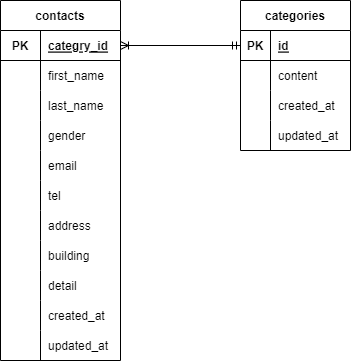
This is src/.drawio.png from yoshikiakazawa/Test_ContactForm, a draw.io export, as it was before one commit. Source tidied: cells renumbered, new cells last; positions are measured from the earlier drawing's top-left corner, leaving out a move shared by most shapes. Its diagram source:
```xml
<mxGraphModel>
  <root>
    <mxCell id="0" />
    <mxCell id="1" parent="0" />
    <mxCell id="2" value="contacts" style="shape=table;startSize=30;rowLines=0;fontStyle=1;align=center;" parent="1" vertex="1">
      <mxGeometry width="120" height="360" as="geometry" />
    </mxCell>
    <mxCell id="3" style="shape=tableRow;horizontal=0;startSize=0;swimlaneHead=0;swimlaneBody=0;fillColor=none;points=[[0,0.5],[1,0.5]];portConstraint=eastwest;top=0;left=0;right=0;bottom=1;" parent="2" vertex="1">
      <mxGeometry y="30" width="120" height="30" as="geometry" />
    </mxCell>
    <mxCell id="4" value="PK" style="shape=partialRectangle;fillColor=none;top=0;left=0;bottom=0;right=0;fontStyle=1;overflow=hidden;" parent="3" vertex="1">
      <mxGeometry width="40" height="30" as="geometry" />
    </mxCell>
    <mxCell id="5" value="categry_id" style="shape=partialRectangle;fillColor=none;top=0;left=0;bottom=0;right=0;align=left;spacingLeft=6;fontStyle=5;overflow=hidden;" parent="3" vertex="1">
      <mxGeometry x="40" width="80" height="30" as="geometry" />
    </mxCell>
    <mxCell id="6" style="shape=tableRow;horizontal=0;startSize=0;swimlaneHead=0;swimlaneBody=0;fillColor=none;top=0;left=0;right=0;bottom=0;" parent="2" vertex="1">
      <mxGeometry y="60" width="120" height="30" as="geometry" />
    </mxCell>
    <mxCell id="7" style="shape=partialRectangle;fillColor=none;top=0;left=0;bottom=0;right=0;overflow=hidden;" parent="6" vertex="1">
      <mxGeometry width="40" height="30" as="geometry" />
    </mxCell>
    <mxCell id="8" value="first_name" style="shape=partialRectangle;fillColor=none;top=0;left=0;bottom=0;right=0;align=left;spacingLeft=6;overflow=hidden;" parent="6" vertex="1">
      <mxGeometry x="40" width="80" height="30" as="geometry" />
    </mxCell>
    <mxCell id="9" style="shape=tableRow;horizontal=0;startSize=0;swimlaneHead=0;swimlaneBody=0;fillColor=none;top=0;left=0;right=0;bottom=0;" parent="2" vertex="1">
      <mxGeometry y="90" width="120" height="30" as="geometry" />
    </mxCell>
    <mxCell id="10" style="shape=partialRectangle;fillColor=none;top=0;left=0;bottom=0;right=0;overflow=hidden;" parent="9" vertex="1">
      <mxGeometry width="40" height="30" as="geometry" />
    </mxCell>
    <mxCell id="11" value="last_name" style="shape=partialRectangle;fillColor=none;top=0;left=0;bottom=0;right=0;align=left;spacingLeft=6;overflow=hidden;" parent="9" vertex="1">
      <mxGeometry x="40" width="80" height="30" as="geometry" />
    </mxCell>
    <mxCell id="12" style="shape=tableRow;horizontal=0;startSize=0;swimlaneHead=0;swimlaneBody=0;fillColor=none;top=0;left=0;right=0;bottom=0;" parent="2" vertex="1">
      <mxGeometry y="120" width="120" height="30" as="geometry" />
    </mxCell>
    <mxCell id="13" style="shape=partialRectangle;fillColor=none;top=0;left=0;bottom=0;right=0;overflow=hidden;" parent="12" vertex="1">
      <mxGeometry width="40" height="30" as="geometry" />
    </mxCell>
    <mxCell id="14" value="gender" style="shape=partialRectangle;fillColor=none;top=0;left=0;bottom=0;right=0;align=left;spacingLeft=6;overflow=hidden;" parent="12" vertex="1">
      <mxGeometry x="40" width="80" height="30" as="geometry" />
    </mxCell>
    <mxCell id="15" style="shape=tableRow;horizontal=0;startSize=0;swimlaneHead=0;swimlaneBody=0;fillColor=none;top=0;left=0;right=0;bottom=0;" parent="2" vertex="1">
      <mxGeometry y="150" width="120" height="30" as="geometry" />
    </mxCell>
    <mxCell id="16" style="shape=partialRectangle;fillColor=none;top=0;left=0;bottom=0;right=0;overflow=hidden;" parent="15" vertex="1">
      <mxGeometry width="40" height="30" as="geometry" />
    </mxCell>
    <mxCell id="17" value="email" style="shape=partialRectangle;fillColor=none;top=0;left=0;bottom=0;right=0;align=left;spacingLeft=6;overflow=hidden;" parent="15" vertex="1">
      <mxGeometry x="40" width="80" height="30" as="geometry" />
    </mxCell>
    <mxCell id="18" style="shape=tableRow;horizontal=0;startSize=0;swimlaneHead=0;swimlaneBody=0;fillColor=none;top=0;left=0;right=0;bottom=0;" parent="2" vertex="1">
      <mxGeometry y="180" width="120" height="30" as="geometry" />
    </mxCell>
    <mxCell id="19" style="shape=partialRectangle;fillColor=none;top=0;left=0;bottom=0;right=0;overflow=hidden;" parent="18" vertex="1">
      <mxGeometry width="40" height="30" as="geometry" />
    </mxCell>
    <mxCell id="20" value="tel" style="shape=partialRectangle;fillColor=none;top=0;left=0;bottom=0;right=0;align=left;spacingLeft=6;overflow=hidden;" parent="18" vertex="1">
      <mxGeometry x="40" width="80" height="30" as="geometry" />
    </mxCell>
    <mxCell id="21" style="shape=tableRow;horizontal=0;startSize=0;swimlaneHead=0;swimlaneBody=0;fillColor=none;top=0;left=0;right=0;bottom=0;" parent="2" vertex="1">
      <mxGeometry y="210" width="120" height="30" as="geometry" />
    </mxCell>
    <mxCell id="22" style="shape=partialRectangle;fillColor=none;top=0;left=0;bottom=0;right=0;overflow=hidden;" parent="21" vertex="1">
      <mxGeometry width="40" height="30" as="geometry" />
    </mxCell>
    <mxCell id="23" value="address" style="shape=partialRectangle;fillColor=none;top=0;left=0;bottom=0;right=0;align=left;spacingLeft=6;overflow=hidden;" parent="21" vertex="1">
      <mxGeometry x="40" width="80" height="30" as="geometry" />
    </mxCell>
    <mxCell id="24" style="shape=tableRow;horizontal=0;startSize=0;swimlaneHead=0;swimlaneBody=0;fillColor=none;top=0;left=0;right=0;bottom=0;" parent="2" vertex="1">
      <mxGeometry y="240" width="120" height="30" as="geometry" />
    </mxCell>
    <mxCell id="25" style="shape=partialRectangle;fillColor=none;top=0;left=0;bottom=0;right=0;overflow=hidden;" parent="24" vertex="1">
      <mxGeometry width="40" height="30" as="geometry" />
    </mxCell>
    <mxCell id="26" value="building" style="shape=partialRectangle;fillColor=none;top=0;left=0;bottom=0;right=0;align=left;spacingLeft=6;overflow=hidden;" parent="24" vertex="1">
      <mxGeometry x="40" width="80" height="30" as="geometry" />
    </mxCell>
    <mxCell id="27" style="shape=tableRow;horizontal=0;startSize=0;swimlaneHead=0;swimlaneBody=0;fillColor=none;top=0;left=0;right=0;bottom=0;" parent="2" vertex="1">
      <mxGeometry y="270" width="120" height="30" as="geometry" />
    </mxCell>
    <mxCell id="28" style="shape=partialRectangle;fillColor=none;top=0;left=0;bottom=0;right=0;overflow=hidden;" parent="27" vertex="1">
      <mxGeometry width="40" height="30" as="geometry" />
    </mxCell>
    <mxCell id="29" value="detail" style="shape=partialRectangle;fillColor=none;top=0;left=0;bottom=0;right=0;align=left;spacingLeft=6;overflow=hidden;" parent="27" vertex="1">
      <mxGeometry x="40" width="80" height="30" as="geometry" />
    </mxCell>
    <mxCell id="30" style="shape=tableRow;horizontal=0;startSize=0;swimlaneHead=0;swimlaneBody=0;fillColor=none;top=0;left=0;right=0;bottom=0;" parent="2" vertex="1">
      <mxGeometry y="300" width="120" height="30" as="geometry" />
    </mxCell>
    <mxCell id="31" style="shape=partialRectangle;fillColor=none;top=0;left=0;bottom=0;right=0;overflow=hidden;" parent="30" vertex="1">
      <mxGeometry width="40" height="30" as="geometry" />
    </mxCell>
    <mxCell id="32" value="created_at" style="shape=partialRectangle;fillColor=none;top=0;left=0;bottom=0;right=0;align=left;spacingLeft=6;overflow=hidden;" parent="30" vertex="1">
      <mxGeometry x="40" width="80" height="30" as="geometry" />
    </mxCell>
    <mxCell id="33" style="shape=tableRow;horizontal=0;startSize=0;swimlaneHead=0;swimlaneBody=0;fillColor=none;top=0;left=0;right=0;bottom=0;" parent="2" vertex="1">
      <mxGeometry y="330" width="120" height="30" as="geometry" />
    </mxCell>
    <mxCell id="34" style="shape=partialRectangle;fillColor=none;top=0;left=0;bottom=0;right=0;overflow=hidden;" parent="33" vertex="1">
      <mxGeometry width="40" height="30" as="geometry" />
    </mxCell>
    <mxCell id="35" value="updated_at" style="shape=partialRectangle;fillColor=none;top=0;left=0;bottom=0;right=0;align=left;spacingLeft=6;overflow=hidden;" parent="33" vertex="1">
      <mxGeometry x="40" width="80" height="30" as="geometry" />
    </mxCell>
    <mxCell id="36" value="categories" style="shape=table;startSize=30;rowLines=0;fontStyle=1;align=center;" parent="1" vertex="1">
      <mxGeometry x="240" width="110" height="150" as="geometry" />
    </mxCell>
    <mxCell id="37" style="shape=tableRow;horizontal=0;startSize=0;swimlaneHead=0;swimlaneBody=0;fillColor=none;points=[[0,0.5],[1,0.5]];portConstraint=eastwest;top=0;left=0;right=0;bottom=1;" parent="36" vertex="1">
      <mxGeometry y="30" width="110" height="30" as="geometry" />
    </mxCell>
    <mxCell id="38" value="PK" style="shape=partialRectangle;fillColor=none;top=0;left=0;bottom=0;right=0;fontStyle=1;overflow=hidden;" parent="37" vertex="1">
      <mxGeometry width="30" height="30" as="geometry" />
    </mxCell>
    <mxCell id="39" value="id" style="shape=partialRectangle;fillColor=none;top=0;left=0;bottom=0;right=0;align=left;spacingLeft=6;fontStyle=5;overflow=hidden;" parent="37" vertex="1">
      <mxGeometry x="30" width="80" height="30" as="geometry" />
    </mxCell>
    <mxCell id="40" style="shape=tableRow;horizontal=0;startSize=0;swimlaneHead=0;swimlaneBody=0;fillColor=none;top=0;left=0;right=0;bottom=0;" parent="36" vertex="1">
      <mxGeometry y="60" width="110" height="30" as="geometry" />
    </mxCell>
    <mxCell id="41" style="shape=partialRectangle;fillColor=none;top=0;left=0;bottom=0;right=0;overflow=hidden;" parent="40" vertex="1">
      <mxGeometry width="30" height="30" as="geometry" />
    </mxCell>
    <mxCell id="42" value="content" style="shape=partialRectangle;fillColor=none;top=0;left=0;bottom=0;right=0;align=left;spacingLeft=6;overflow=hidden;" parent="40" vertex="1">
      <mxGeometry x="30" width="80" height="30" as="geometry" />
    </mxCell>
    <mxCell id="43" style="shape=tableRow;horizontal=0;startSize=0;swimlaneHead=0;swimlaneBody=0;fillColor=none;top=0;left=0;right=0;bottom=0;" parent="36" vertex="1">
      <mxGeometry y="90" width="110" height="30" as="geometry" />
    </mxCell>
    <mxCell id="44" style="shape=partialRectangle;fillColor=none;top=0;left=0;bottom=0;right=0;overflow=hidden;" parent="43" vertex="1">
      <mxGeometry width="30" height="30" as="geometry" />
    </mxCell>
    <mxCell id="45" value="created_at" style="shape=partialRectangle;fillColor=none;top=0;left=0;bottom=0;right=0;align=left;spacingLeft=6;overflow=hidden;" parent="43" vertex="1">
      <mxGeometry x="30" width="80" height="30" as="geometry" />
    </mxCell>
    <mxCell id="46" style="shape=tableRow;horizontal=0;startSize=0;swimlaneHead=0;swimlaneBody=0;fillColor=none;top=0;left=0;right=0;bottom=0;" parent="36" vertex="1">
      <mxGeometry y="120" width="110" height="30" as="geometry" />
    </mxCell>
    <mxCell id="47" style="shape=partialRectangle;fillColor=none;top=0;left=0;bottom=0;right=0;overflow=hidden;" parent="46" vertex="1">
      <mxGeometry width="30" height="30" as="geometry" />
    </mxCell>
    <mxCell id="48" value="updated_at" style="shape=partialRectangle;fillColor=none;top=0;left=0;bottom=0;right=0;align=left;spacingLeft=6;overflow=hidden;" parent="46" vertex="1">
      <mxGeometry x="30" width="80" height="30" as="geometry" />
    </mxCell>
    <mxCell id="49" style="edgeStyle=none;html=1;entryX=1;entryY=0.5;entryDx=0;entryDy=0;endArrow=ERoneToMany;endFill=0;exitX=0;exitY=0.5;exitDx=0;exitDy=0;startArrow=ERmandOne;startFill=0;" parent="1" edge="1" source="37" target="3">
      <mxGeometry relative="1" as="geometry" />
    </mxCell>
  </root>
</mxGraphModel>
```
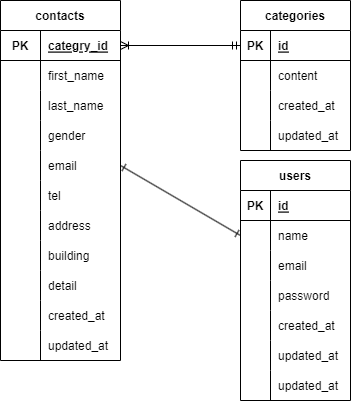
Later version of the same file.

Change to the diagram source:
```diff
@@ -143,8 +143,81 @@
     <mxCell id="48" value="updated_at" style="shape=partialRectangle;fillColor=none;top=0;left=0;bottom=0;right=0;align=left;spacingLeft=6;overflow=hidden;" parent="46" vertex="1">
       <mxGeometry x="30" width="80" height="30" as="geometry" />
     </mxCell>
-    <mxCell id="49" style="edgeStyle=none;html=1;entryX=1;entryY=0.5;entryDx=0;entryDy=0;endArrow=ERoneToMany;endFill=0;exitX=0;exitY=0.5;exitDx=0;exitDy=0;startArrow=ERmandOne;startFill=0;" parent="1" edge="1" source="37" target="3">
-      <mxGeometry relative="1" as="geometry" />
+    <mxCell id="49" style="edgeStyle=none;html=1;entryX=1;entryY=0.5;entryDx=0;entryDy=0;endArrow=ERoneToMany;endFill=0;startArrow=ERmandOne;startFill=0;" parent="1" edge="1" target="3">
+      <mxGeometry relative="1" as="geometry">
+        <mxPoint x="240" y="45" as="sourcePoint" />
+      </mxGeometry>
     </mxCell>
+    <mxCell id="50" value="users" style="shape=table;startSize=30;rowLines=0;fontStyle=1;align=center;" parent="1" vertex="1">
+      <mxGeometry x="240" y="160" width="110" height="240" as="geometry" />
+    </mxCell>
+    <mxCell id="51" style="shape=tableRow;horizontal=0;startSize=0;swimlaneHead=0;swimlaneBody=0;fillColor=none;top=0;left=0;right=0;bottom=1;" parent="50" vertex="1">
+      <mxGeometry y="30" width="110" height="30" as="geometry" />
+    </mxCell>
+    <mxCell id="52" value="PK" style="shape=partialRectangle;fillColor=none;top=0;left=0;bottom=0;right=0;fontStyle=1;overflow=hidden;" parent="51" vertex="1">
+      <mxGeometry width="30" height="30" as="geometry" />
+    </mxCell>
+    <mxCell id="53" value="id" style="shape=partialRectangle;fillColor=none;top=0;left=0;bottom=0;right=0;align=left;spacingLeft=6;fontStyle=5;overflow=hidden;" parent="51" vertex="1">
+      <mxGeometry x="30" width="80" height="30" as="geometry" />
+    </mxCell>
+    <mxCell id="54" style="shape=tableRow;horizontal=0;startSize=0;swimlaneHead=0;swimlaneBody=0;fillColor=none;points=[[0,0.5],[1,0.5]];portConstraint=eastwest;top=0;left=0;right=0;bottom=0;" parent="50" vertex="1">
+      <mxGeometry y="60" width="110" height="30" as="geometry" />
+    </mxCell>
+    <mxCell id="55" style="shape=partialRectangle;fillColor=none;top=0;left=0;bottom=0;right=0;overflow=hidden;" parent="54" vertex="1">
+      <mxGeometry width="30" height="30" as="geometry" />
+    </mxCell>
+    <mxCell id="56" value="name" style="shape=partialRectangle;fillColor=none;top=0;left=0;bottom=0;right=0;align=left;spacingLeft=6;overflow=hidden;" parent="54" vertex="1">
+      <mxGeometry x="30" width="80" height="30" as="geometry" />
+    </mxCell>
+    <mxCell id="57" style="shape=tableRow;horizontal=0;startSize=0;swimlaneHead=0;swimlaneBody=0;fillColor=none;top=0;left=0;right=0;bottom=0;" parent="50" vertex="1">
+      <mxGeometry y="90" width="110" height="30" as="geometry" />
+    </mxCell>
+    <mxCell id="58" style="shape=partialRectangle;fillColor=none;top=0;left=0;bottom=0;right=0;overflow=hidden;" parent="57" vertex="1">
+      <mxGeometry width="30" height="30" as="geometry" />
+    </mxCell>
+    <mxCell id="59" value="email" style="shape=partialRectangle;fillColor=none;top=0;left=0;bottom=0;right=0;align=left;spacingLeft=6;overflow=hidden;" parent="57" vertex="1">
+      <mxGeometry x="30" width="80" height="30" as="geometry" />
+    </mxCell>
+    <mxCell id="60" style="shape=tableRow;horizontal=0;startSize=0;swimlaneHead=0;swimlaneBody=0;fillColor=none;top=0;left=0;right=0;bottom=0;" parent="50" vertex="1">
+      <mxGeometry y="120" width="110" height="30" as="geometry" />
+    </mxCell>
+    <mxCell id="61" style="shape=partialRectangle;fillColor=none;top=0;left=0;bottom=0;right=0;overflow=hidden;" parent="60" vertex="1">
+      <mxGeometry width="30" height="30" as="geometry" />
+    </mxCell>
+    <mxCell id="62" value="password" style="shape=partialRectangle;fillColor=none;top=0;left=0;bottom=0;right=0;align=left;spacingLeft=6;overflow=hidden;" parent="60" vertex="1">
+      <mxGeometry x="30" width="80" height="30" as="geometry" />
+    </mxCell>
+    <mxCell id="63" style="shape=tableRow;horizontal=0;startSize=0;swimlaneHead=0;swimlaneBody=0;fillColor=none;top=0;left=0;right=0;bottom=0;" parent="50" vertex="1">
+      <mxGeometry y="150" width="110" height="30" as="geometry" />
+    </mxCell>
+    <mxCell id="64" style="shape=partialRectangle;fillColor=none;top=0;left=0;bottom=0;right=0;overflow=hidden;" parent="63" vertex="1">
+      <mxGeometry width="30" height="30" as="geometry" />
+    </mxCell>
+    <mxCell id="65" value="created_at" style="shape=partialRectangle;fillColor=none;top=0;left=0;bottom=0;right=0;align=left;spacingLeft=6;overflow=hidden;" parent="63" vertex="1">
+      <mxGeometry x="30" width="80" height="30" as="geometry" />
+    </mxCell>
+    <mxCell id="66" style="shape=tableRow;horizontal=0;startSize=0;swimlaneHead=0;swimlaneBody=0;fillColor=none;top=0;left=0;right=0;bottom=0;" parent="50" vertex="1">
+      <mxGeometry y="180" width="110" height="30" as="geometry" />
+    </mxCell>
+    <mxCell id="67" style="shape=partialRectangle;fillColor=none;top=0;left=0;bottom=0;right=0;overflow=hidden;" parent="66" vertex="1">
+      <mxGeometry width="30" height="30" as="geometry" />
+    </mxCell>
+    <mxCell id="68" value="updated_at" style="shape=partialRectangle;fillColor=none;top=0;left=0;bottom=0;right=0;align=left;spacingLeft=6;overflow=hidden;" parent="66" vertex="1">
+      <mxGeometry x="30" width="80" height="30" as="geometry" />
+    </mxCell>
+    <mxCell id="69" style="shape=tableRow;horizontal=0;startSize=0;swimlaneHead=0;swimlaneBody=0;fillColor=none;top=0;left=0;right=0;bottom=0;" parent="50" vertex="1">
+      <mxGeometry y="210" width="110" height="30" as="geometry" />
+    </mxCell>
+    <mxCell id="70" style="shape=partialRectangle;fillColor=none;top=0;left=0;bottom=0;right=0;overflow=hidden;" parent="69" vertex="1">
+      <mxGeometry width="30" height="30" as="geometry" />
+    </mxCell>
+    <mxCell id="71" value="updated_at" style="shape=partialRectangle;fillColor=none;top=0;left=0;bottom=0;right=0;align=left;spacingLeft=6;overflow=hidden;" parent="69" vertex="1">
+      <mxGeometry x="30" width="80" height="30" as="geometry" />
+    </mxCell>
+    <mxCell id="72" style="edgeStyle=none;html=1;exitX=0;exitY=0.5;exitDx=0;exitDy=0;startArrow=ERone;startFill=0;endArrow=ERone;endFill=0;" parent="1" edge="1" source="54">
+      <mxGeometry relative="1" as="geometry">
+        <mxPoint x="120" y="165" as="targetPoint" />
+      </mxGeometry>
+    </mxCell>
   </root>
 </mxGraphModel>
```
